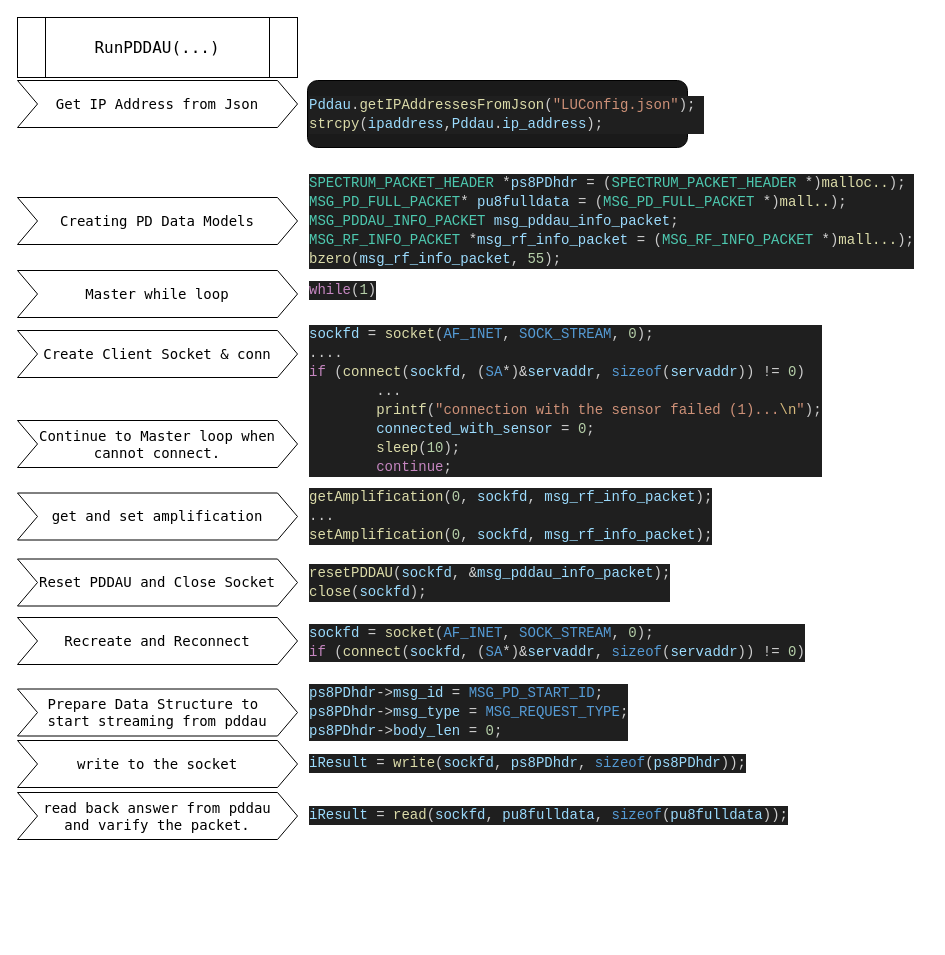
Earlier version of the draw.io diagram PDA Project/PD Data Stream Flow 2.drawio (jibonaronno/documentsA). Source tidied: cells renumbered, new cells numbered last; positions are measured from the earlier drawing's top-left corner, leaving out a move shared by most shapes. Both pictures are drawn from the tidied source at 100%, with x=0, y=0 at pixel (17, 17).
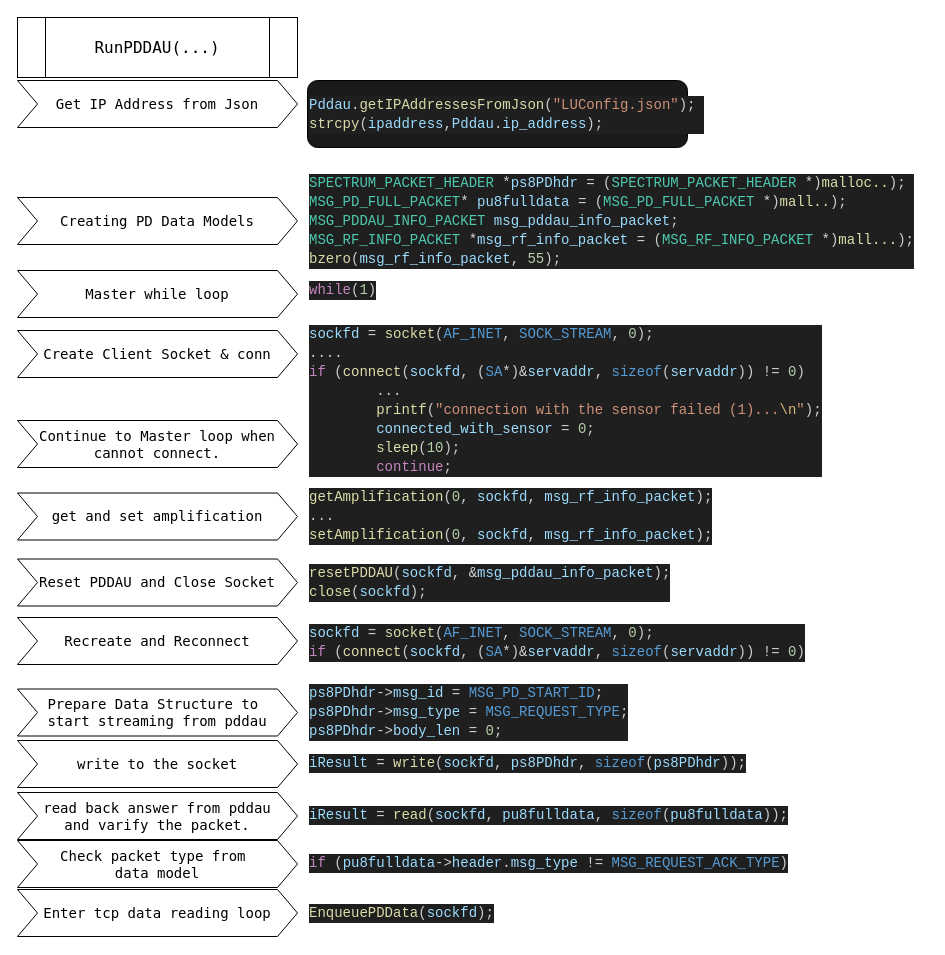
The same diagram, later.

Diff of the diagram source:
```diff
@@
+    <mxCell id="24" value="&lt;div style=&quot;color: #cccccc;background-color: #1f1f1f;font-family: Consolas, 'Courier New', monospace;font-weight: normal;font-size: 14px;line-height: 19px;white-space: pre;&quot;&gt;&lt;div&gt;&lt;span style=&quot;color: #c586c0;&quot;&gt;if&lt;/span&gt;&lt;span style=&quot;color: #cccccc;&quot;&gt; (&lt;/span&gt;&lt;span style=&quot;color: #9cdcfe;&quot;&gt;pu8fulldata&lt;/span&gt;&lt;span style=&quot;color: #cccccc;&quot;&gt;-&amp;gt;&lt;/span&gt;&lt;span style=&quot;color: #9cdcfe;&quot;&gt;header&lt;/span&gt;&lt;span style=&quot;color: #cccccc;&quot;&gt;.&lt;/span&gt;&lt;span style=&quot;color: #9cdcfe;&quot;&gt;msg_type&lt;/span&gt;&lt;span style=&quot;color: #cccccc;&quot;&gt; &lt;/span&gt;&lt;span style=&quot;color: #d4d4d4;&quot;&gt;!=&lt;/span&gt;&lt;span style=&quot;color: #cccccc;&quot;&gt; &lt;/span&gt;&lt;span style=&quot;color: #569cd6;&quot;&gt;MSG_REQUEST_ACK_TYPE&lt;/span&gt;&lt;span style=&quot;color: #cccccc;&quot;&gt;)&lt;/span&gt;&lt;/div&gt;&lt;/div&gt;" style="text;whiteSpace=wrap;html=1;" parent="1" vertex="1">
+      <mxGeometry x="290" y="830" width="470" height="40" as="geometry" />
+    </mxCell>
+    <mxCell id="25" value="&lt;font face=&quot;Lucida Console&quot;&gt;&lt;span style=&quot;font-size: 14px;&quot;&gt;Check packet type from&amp;nbsp;&lt;/span&gt;&lt;/font&gt;&lt;div&gt;&lt;font face=&quot;Lucida Console&quot;&gt;&lt;span style=&quot;font-size: 14px;&quot;&gt;data model&lt;/span&gt;&lt;/font&gt;&lt;/div&gt;" style="shape=step;perimeter=stepPerimeter;whiteSpace=wrap;html=1;fixedSize=1;" parent="1" vertex="1">
+      <mxGeometry y="823" width="280" height="47" as="geometry" />
+    </mxCell>
+    <mxCell id="26" value="&lt;div style=&quot;color: #cccccc;background-color: #1f1f1f;font-family: Consolas, 'Courier New', monospace;font-weight: normal;font-size: 14px;line-height: 19px;white-space: pre;&quot;&gt;&lt;div&gt;&lt;span style=&quot;color: #dcdcaa;&quot;&gt;EnqueuePDData&lt;/span&gt;&lt;span style=&quot;color: #cccccc;&quot;&gt;(&lt;/span&gt;&lt;span style=&quot;color: #9cdcfe;&quot;&gt;sockfd&lt;/span&gt;&lt;span style=&quot;color: #cccccc;&quot;&gt;);&lt;/span&gt;&lt;/div&gt;&lt;/div&gt;" style="text;whiteSpace=wrap;html=1;" parent="1" vertex="1">
+      <mxGeometry x="290" y="880" width="200" height="40" as="geometry" />
+    </mxCell>
+    <mxCell id="27" value="&lt;font face=&quot;Lucida Console&quot;&gt;&lt;span style=&quot;font-size: 14px;&quot;&gt;Enter tcp data reading loop&lt;/span&gt;&lt;/font&gt;" style="shape=step;perimeter=stepPerimeter;whiteSpace=wrap;html=1;fixedSize=1;" parent="1" vertex="1">
+      <mxGeometry y="872" width="280" height="47" as="geometry" />
+    </mxCell>
```
